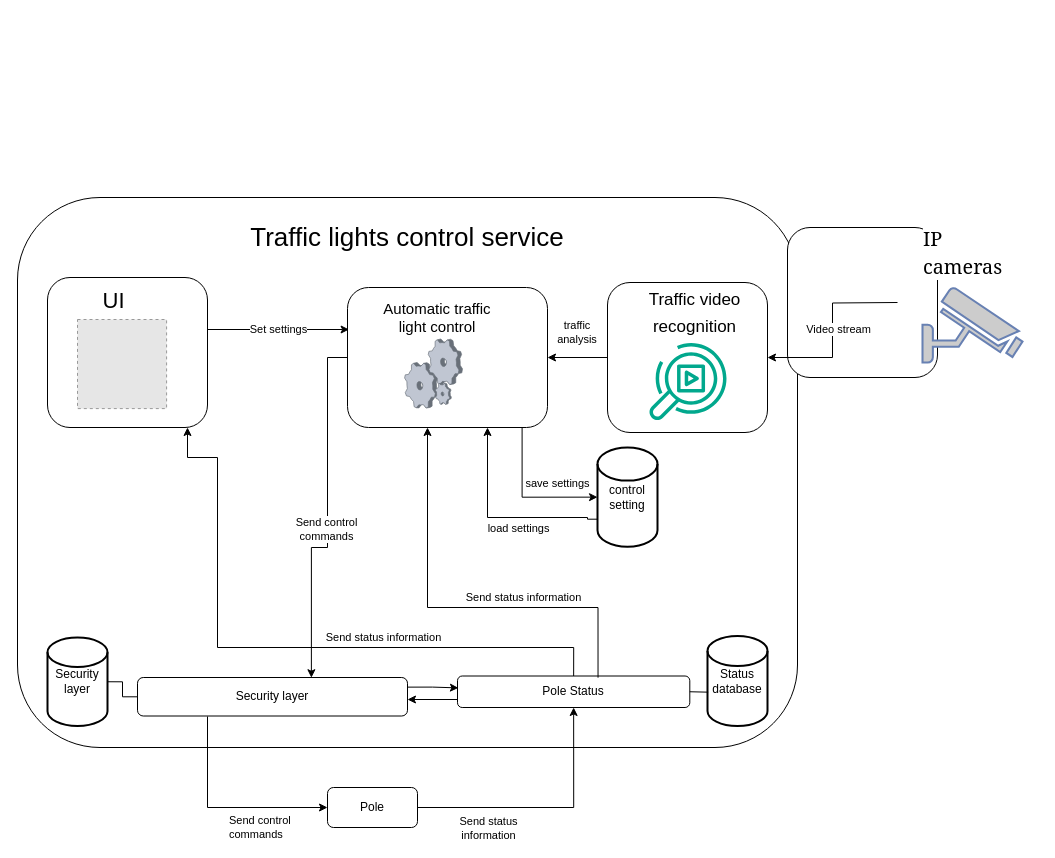
Above: Untitled Diagram.drawio in Mrazbb/OAMK_DDD (draw.io), before the change. Source tidied: cells renumbered, new cells numbered last; positions are measured from the earlier drawing's top-left corner, leaving out a move shared by most shapes. Both pictures are drawn from the tidied source at 100%, with x=0, y=0 at pixel (17, 197). Pictures stored in the file or linked from it are replaced by grey dashed boxes.
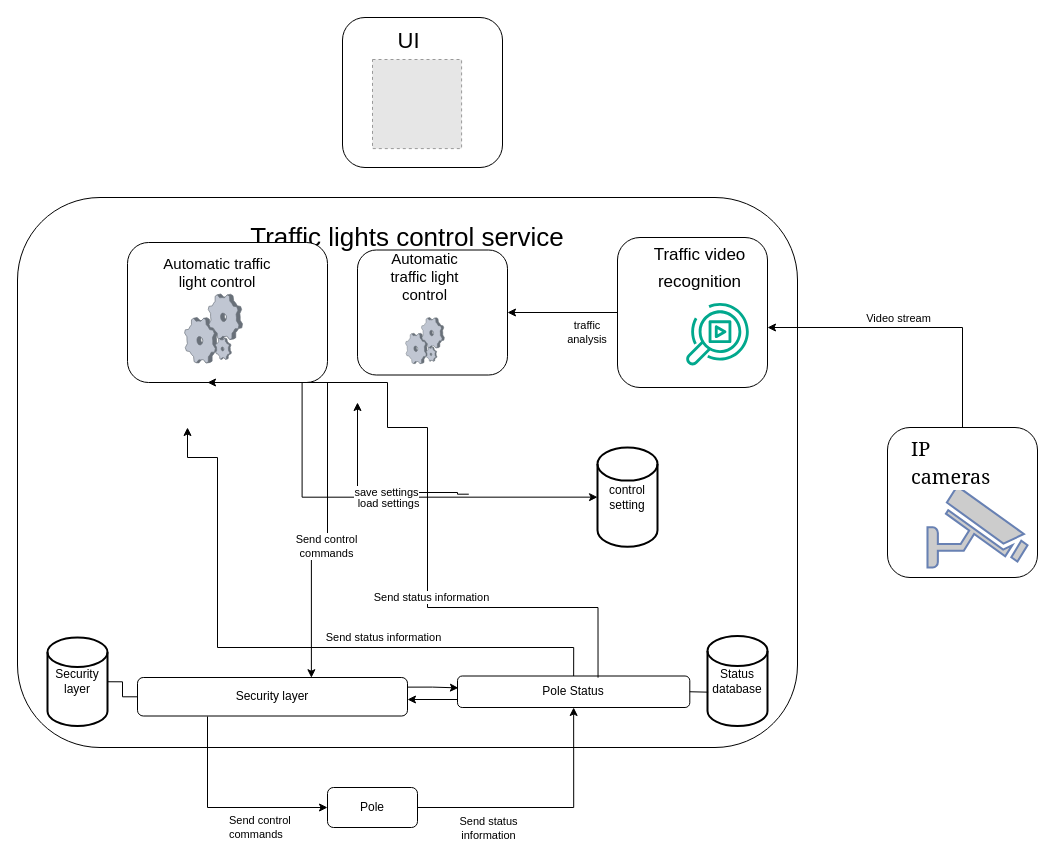
The same page after the edit.

The change refers to these unchanged cells:
```xml
<mxCell id="4" style="rounded=1;whiteSpace=wrap;html=1;align=center;" parent="3" vertex="1">
  <mxGeometry x="-30" y="-170" width="780" height="550" as="geometry" />
</mxCell>
<mxCell id="10" value="Pole Status" style="rounded=1;whiteSpace=wrap;html=1;" parent="4" vertex="1">
  <mxGeometry x="440" y="478.5" width="232.3" height="31.5" as="geometry" />
</mxCell>
<mxCell id="32" value="control setting" style="strokeWidth=2;html=1;shape=mxgraph.flowchart.database;whiteSpace=wrap;" parent="4" vertex="1">
  <mxGeometry x="580" y="250" width="60" height="99.3" as="geometry" />
</mxCell>
<mxCell id="39" style="rounded=1;whiteSpace=wrap;html=1;fontFamily=Helvetica;fontSize=11;fontColor=default;" parent="38" vertex="1">
  <mxGeometry width="150" height="150" as="geometry" />
</mxCell>
```

What changed in the source:
```diff
@@
     <mxCell id="15" style="rounded=1;whiteSpace=wrap;html=1;" parent="4" vertex="1">
-      <mxGeometry x="330" y="90" width="200" height="140" as="geometry" />
+      <mxGeometry x="110" y="45" width="200" height="140" as="geometry" />
     </mxCell>
@@
-    <mxCell id="18" style="edgeStyle=orthogonalEdgeStyle;shape=connector;rounded=0;jettySize=auto;html=1;entryX=1;entryY=0.5;entryDx=0;entryDy=0;labelBackgroundColor=default;strokeColor=default;align=center;verticalAlign=middle;fontFamily=Helvetica;fontSize=11;fontColor=default;endArrow=classic;" parent="4" edge="1" source="19" target="15">
-      <mxGeometry relative="1" as="geometry" />
-    </mxCell>
     <mxCell id="19" style="rounded=1;whiteSpace=wrap;html=1;" parent="4" vertex="1">
-      <mxGeometry x="590" y="85" width="160" height="150" as="geometry" />
+      <mxGeometry x="600" y="40" width="150" height="150" as="geometry" />
     </mxCell>
     <mxCell id="20" value="&lt;font style=&quot;font-size: 17px;&quot;&gt;Traffic video recognition&lt;br&gt;&lt;/font&gt;" style="text;html=1;strokeColor=none;fillColor=none;align=center;verticalAlign=middle;whiteSpace=wrap;rounded=0;fontFamily=Helvetica;fontSize=22;fontColor=default;" parent="19" vertex="1">
-      <mxGeometry x="34.8" y="16.8" width="105.2" height="25.2" as="geometry" />
+      <mxGeometry x="32.7" y="16.8" width="98.6" height="25.2" as="geometry" />
     </mxCell>
     <mxCell id="21" style="sketch=0;fontColor=#232F3E;gradientColor=none;fillColor=#01A88D;strokeColor=none;dashed=0;verticalLabelPosition=bottom;verticalAlign=top;align=center;html=1;fontSize=12;fontStyle=0;shape=mxgraph.aws4.rekognition_video;fontFamily=Helvetica;" parent="19" vertex="1">
-      <mxGeometry x="42" y="60" width="77" height="78" as="geometry" />
+      <mxGeometry x="68.7" y="65" width="62.6" height="63.4" as="geometry" />
     </mxCell>
-    <mxCell id="22" style="rounded=1;whiteSpace=wrap;html=1;" parent="4" vertex="1">
-      <mxGeometry x="30" y="80" width="160" height="150" as="geometry" />
-    </mxCell>
-    <mxCell id="23" style="fillColor=#E6E6E6;strokeColor=#999999;dashed=1;html=1;verticalAlign=top;verticalLabelPosition=bottom;labelBackgroundColor=#ffffff;fontFamily=Helvetica;fontSize=11;fontColor=default;" parent="22" vertex="1">
-      <mxGeometry x="30" y="42" width="89.1" height="89.1" as="geometry" />
-    </mxCell>
-    <mxCell id="24" value="UI" style="text;html=1;strokeColor=none;fillColor=none;align=center;verticalAlign=middle;whiteSpace=wrap;rounded=0;fontFamily=Helvetica;fontSize=22;fontColor=default;" parent="22" vertex="1">
-      <mxGeometry x="49.7" y="11.4" width="33.1" height="25.2" as="geometry" />
-    </mxCell>
@@
     <mxCell id="27" value="traffic analysis" style="text;html=1;strokeColor=none;fillColor=none;align=center;verticalAlign=middle;whiteSpace=wrap;rounded=0;fontFamily=Helvetica;fontSize=11;fontColor=default;" parent="4" vertex="1">
-      <mxGeometry x="530" y="120" width="60" height="30" as="geometry" />
+      <mxGeometry x="540" y="120" width="60" height="30" as="geometry" />
     </mxCell>
@@
-    <mxCell id="30" style="edgeStyle=orthogonalEdgeStyle;shape=connector;rounded=0;jettySize=auto;html=1;exitX=0.022;exitY=0.722;exitDx=0;exitDy=0;exitPerimeter=0;entryX=0.75;entryY=1;entryDx=0;entryDy=0;labelBackgroundColor=default;strokeColor=default;align=center;verticalAlign=middle;fontFamily=Helvetica;fontSize=11;fontColor=default;endArrow=classic;" parent="4" edge="1" source="32">
+    <mxCell id="30" style="edgeStyle=orthogonalEdgeStyle;shape=connector;rounded=0;orthogonalLoop=1;jettySize=auto;html=1;exitX=0.022;exitY=0.722;exitDx=0;exitDy=0;exitPerimeter=0;entryX=0.75;entryY=1;entryDx=0;entryDy=0;labelBackgroundColor=default;strokeColor=default;align=center;verticalAlign=middle;fontFamily=Helvetica;fontSize=11;fontColor=default;endArrow=classic;" parent="4" edge="1">
       <mxGeometry relative="1" as="geometry">
-        <mxPoint x="470" y="230" as="targetPoint" />
+        <mxPoint x="451.3" y="296.7" as="sourcePoint" />
+        <mxPoint x="340" y="205" as="targetPoint" />
         <Array as="points">
-          <mxPoint x="570" y="322" />
-          <mxPoint x="570" y="320" />
-          <mxPoint x="470" y="320" />
+          <mxPoint x="440" y="297" />
+          <mxPoint x="440" y="295" />
+          <mxPoint x="340" y="295" />
         </Array>
       </mxGeometry>
     </mxCell>
@@
-    <mxCell id="35" value="Set settings" style="edgeStyle=orthogonalEdgeStyle;shape=connector;rounded=0;jettySize=auto;html=1;labelBackgroundColor=default;strokeColor=default;align=center;verticalAlign=middle;fontFamily=Helvetica;fontSize=11;fontColor=default;endArrow=classic;entryX=0.008;entryY=0.3;entryDx=0;entryDy=0;entryPerimeter=0;" parent="4" edge="1" source="22" target="15">
-      <mxGeometry relative="1" as="geometry">
-        <Array as="points">
-          <mxPoint x="240" y="132" />
-          <mxPoint x="240" y="132" />
-        </Array>
-      </mxGeometry>
-    </mxCell>
     <mxCell id="36" style="edgeStyle=orthogonalEdgeStyle;shape=connector;rounded=0;jettySize=auto;html=1;exitX=0.605;exitY=0.054;exitDx=0;exitDy=0;labelBackgroundColor=default;strokeColor=default;align=center;verticalAlign=middle;fontFamily=Helvetica;fontSize=11;fontColor=default;endArrow=classic;exitPerimeter=0;entryX=0.4;entryY=1;entryDx=0;entryDy=0;entryPerimeter=0;" parent="4" edge="1" source="10" target="15">
       <mxGeometry relative="1" as="geometry">
         <Array as="points">
           <mxPoint x="581" y="410" />
           <mxPoint x="410" y="410" />
+          <mxPoint x="410" y="230" />
+          <mxPoint x="370" y="230" />
         </Array>
       </mxGeometry>
     </mxCell>
@@
+    <mxCell id="47" style="rounded=1;whiteSpace=wrap;html=1;" parent="4" vertex="1">
+      <mxGeometry x="340" y="52.5" width="150" height="125" as="geometry" />
+    </mxCell>
+    <mxCell id="48" value="Automatic traffic light control" style="text;html=1;strokeColor=none;fillColor=none;align=center;verticalAlign=middle;whiteSpace=wrap;rounded=0;fontFamily=Helvetica;fontSize=15;fontColor=default;" parent="47" vertex="1">
+      <mxGeometry x="15" width="105" height="53.6" as="geometry" />
+    </mxCell>
+    <mxCell id="49" style="verticalLabelPosition=bottom;sketch=0;html=1;verticalAlign=top;strokeColor=none;align=center;shape=mxgraph.citrix.process;fontFamily=Helvetica;fontSize=11;fontColor=default;" parent="47" vertex="1">
+      <mxGeometry x="48.1" y="67.5" width="38.8" height="46.2" as="geometry" />
+    </mxCell>
+    <mxCell id="50" style="edgeStyle=orthogonalEdgeStyle;shape=connector;rounded=0;jettySize=auto;html=1;entryX=1;entryY=0.5;entryDx=0;entryDy=0;labelBackgroundColor=default;strokeColor=default;align=center;verticalAlign=middle;fontFamily=Helvetica;fontSize=11;fontColor=default;endArrow=classic;" parent="4" edge="1" source="19" target="47">
+      <mxGeometry relative="1" as="geometry" />
+    </mxCell>
     <mxCell id="38" style="group;" parent="1" vertex="1">
-      <mxGeometry x="770" y="30" width="150" height="150" as="geometry" />
+      <mxGeometry x="870" y="230" width="150" height="150" as="geometry" />
     </mxCell>
@@
-    <mxCell id="40" style="fontColor=#0066CC;verticalAlign=top;verticalLabelPosition=bottom;labelPosition=center;align=center;html=1;fillColor=#CCCCCC;strokeColor=#6881B3;gradientColor=none;gradientDirection=north;strokeWidth=2;shape=mxgraph.networks.security_camera;fontFamily=Helvetica;fontSize=11;" parent="38" vertex="1">
-      <mxGeometry x="135" y="60" width="100" height="75" as="geometry" />
+    <mxCell id="40" style="fontColor=#0066CC;verticalAlign=top;verticalLabelPosition=bottom;labelPosition=center;align=center;html=1;fillColor=#CCCCCC;strokeColor=#6881B3;gradientColor=none;gradientDirection=north;strokeWidth=2;shape=mxgraph.networks.security_camera;fontFamily=Helvetica;fontSize=11;" parent="39" vertex="1">
+      <mxGeometry x="40" y="60" width="100" height="80" as="geometry" />
     </mxCell>
-    <mxCell id="41" value="&lt;h1 style=&quot;font-weight: normal; margin: 0px; padding: 0px; overflow: hidden; border: 0px; font-size: 1.8em; font-family: &amp;quot;Linux Libertine&amp;quot;, Georgia, Times, &amp;quot;Source Serif Pro&amp;quot;, serif; line-height: 1.375; overflow-wrap: break-word; flex-grow: 1; text-align: start; background-color: rgb(255, 255, 255);&quot; class=&quot;firstHeading mw-first-heading&quot; id=&quot;firstHeading&quot;&gt;IP cameras&lt;/h1&gt;" style="text;html=1;strokeColor=none;fillColor=none;align=center;verticalAlign=middle;whiteSpace=wrap;rounded=0;fontFamily=Helvetica;fontSize=11;fontColor=default;" parent="38" vertex="1">
-      <mxGeometry x="135" y="10" width="105" height="30" as="geometry" />
+    <mxCell id="41" value="&lt;h1 style=&quot;font-weight: normal; margin: 0px; padding: 0px; overflow: hidden; border: 0px; font-size: 1.8em; font-family: &amp;quot;Linux Libertine&amp;quot;, Georgia, Times, &amp;quot;Source Serif Pro&amp;quot;, serif; line-height: 1.375; overflow-wrap: break-word; flex-grow: 1; text-align: start; background-color: rgb(255, 255, 255);&quot; class=&quot;firstHeading mw-first-heading&quot; id=&quot;firstHeading&quot;&gt;IP cameras&lt;/h1&gt;" style="text;html=1;strokeColor=none;fillColor=none;align=center;verticalAlign=middle;whiteSpace=wrap;rounded=0;fontFamily=Helvetica;fontSize=11;fontColor=default;" parent="39" vertex="1">
+      <mxGeometry x="22.5" y="20" width="105" height="30" as="geometry" />
     </mxCell>
@@
-    <mxCell id="45" style="edgeStyle=orthogonalEdgeStyle;shape=connector;rounded=0;jettySize=auto;html=1;labelBackgroundColor=default;strokeColor=default;align=center;verticalAlign=middle;fontFamily=Helvetica;fontSize=11;fontColor=default;endArrow=classic;" parent="1" edge="1" target="19">
+    <mxCell id="45" style="edgeStyle=orthogonalEdgeStyle;shape=connector;rounded=0;jettySize=auto;html=1;labelBackgroundColor=default;strokeColor=default;align=center;verticalAlign=middle;fontFamily=Helvetica;fontSize=11;fontColor=default;endArrow=classic;" parent="1" edge="1" source="39" target="19">
       <mxGeometry relative="1" as="geometry">
-        <mxPoint x="880" y="105" as="sourcePoint" />
+        <Array as="points">
+          <mxPoint x="945" y="130" />
+        </Array>
       </mxGeometry>
     </mxCell>
     <mxCell id="46" value="Video stream&lt;br&gt;" style="edgeLabel;html=1;align=center;verticalAlign=middle;fontFamily=Helvetica;fontSize=11;fontColor=default;" parent="45" vertex="1">
       <mxGeometry x="0.12" relative="1" as="geometry">
-        <mxPoint x="5" y="-12" as="offset" />
+        <mxPoint y="-10" as="offset" />
       </mxGeometry>
     </mxCell>
+    <mxCell id="22" style="rounded=1;whiteSpace=wrap;html=1;" parent="1" vertex="1">
+      <mxGeometry x="325" y="-180" width="160" height="150" as="geometry" />
+    </mxCell>
+    <mxCell id="23" style="fillColor=#E6E6E6;strokeColor=#999999;dashed=1;html=1;verticalAlign=top;verticalLabelPosition=bottom;labelBackgroundColor=#ffffff;fontFamily=Helvetica;fontSize=11;fontColor=default;" parent="22" vertex="1">
+      <mxGeometry x="30" y="42" width="89.1" height="89.1" as="geometry" />
+    </mxCell>
+    <mxCell id="24" value="UI" style="text;html=1;strokeColor=none;fillColor=none;align=center;verticalAlign=middle;whiteSpace=wrap;rounded=0;fontFamily=Helvetica;fontSize=22;fontColor=default;" parent="22" vertex="1">
+      <mxGeometry x="49.7" y="11.4" width="33.1" height="25.2" as="geometry" />
+    </mxCell>
```
